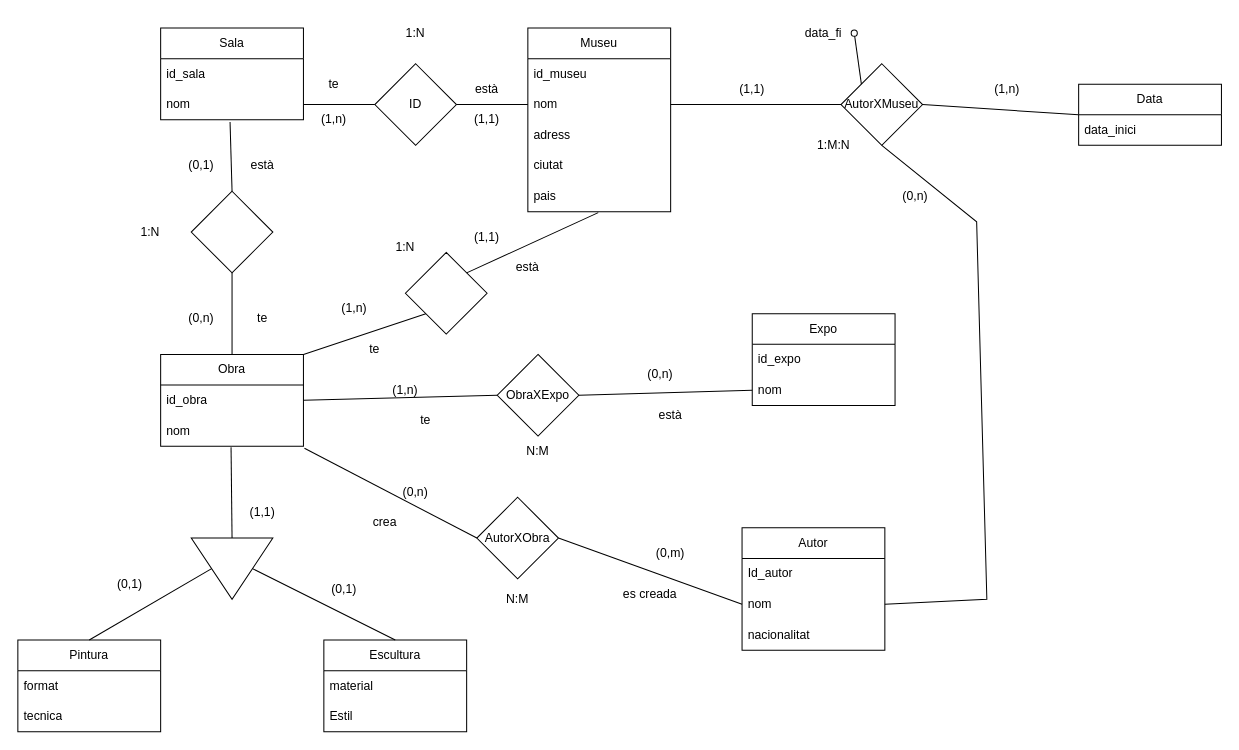
Gerardsr22/M2-def keeps this draw.io diagram as 6_museus/6_museus.drawio. Above is the earlier version. Source tidied: cells renumbered, new cells numbered last; positions are measured from the earlier drawing's top-left corner, leaving out a move shared by most shapes. Both pictures are drawn from the tidied source at 102%, with x=0, y=0 at pixel (17, 17).
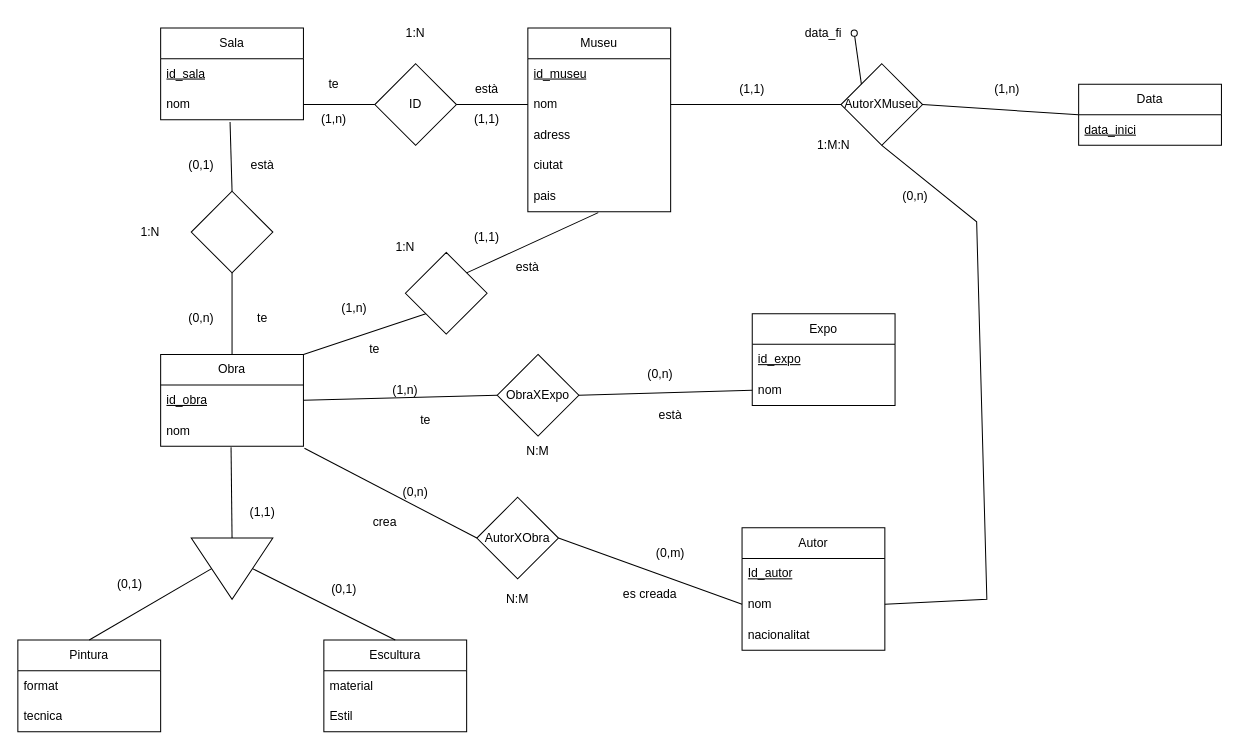
The same diagram, later.

The change refers to these unchanged cells:
```xml
<mxCell id="2" value="Museu" style="swimlane;fontStyle=0;horizontal=1;startSize=30;whiteSpace=wrap;html=1;" parent="1" vertex="1">
  <mxGeometry x="500" y="10" width="140" height="180" as="geometry" />
</mxCell>
<mxCell id="8" value="Sala" style="swimlane;fontStyle=0;horizontal=1;startSize=30;whiteSpace=wrap;html=1;" parent="1" vertex="1">
  <mxGeometry x="140" y="10" width="140" height="90" as="geometry" />
</mxCell>
<mxCell id="11" value="Obra" style="swimlane;fontStyle=0;horizontal=1;startSize=30;whiteSpace=wrap;html=1;" parent="1" vertex="1">
  <mxGeometry x="140" y="330" width="140" height="90" as="geometry" />
</mxCell>
<mxCell id="21" value="Expo" style="swimlane;fontStyle=0;horizontal=1;startSize=30;whiteSpace=wrap;html=1;" parent="1" vertex="1">
  <mxGeometry x="720" y="290" width="140" height="90" as="geometry" />
</mxCell>
<mxCell id="24" value="Autor" style="swimlane;fontStyle=0;horizontal=1;startSize=30;whiteSpace=wrap;html=1;" parent="1" vertex="1">
  <mxGeometry x="710" y="500" width="140" height="120" as="geometry" />
</mxCell>
<mxCell id="28" value="Data" style="swimlane;fontStyle=0;horizontal=1;startSize=30;whiteSpace=wrap;html=1;" parent="1" vertex="1">
  <mxGeometry x="1040" y="65" width="140" height="60" as="geometry" />
</mxCell>
```

The edit, as a diff of the source:
```diff
@@
-    <mxCell id="3" value="id_museu" style="text;strokeColor=none;fillColor=none;align=left;verticalAlign=middle;spacingLeft=4;spacingRight=4;overflow=hidden;whiteSpace=wrap;html=1;" parent="2" vertex="1">
+    <mxCell id="3" value="id_museu" style="text;strokeColor=none;fillColor=none;align=left;verticalAlign=middle;spacingLeft=4;spacingRight=4;overflow=hidden;whiteSpace=wrap;html=1;fontStyle=4;" parent="2" vertex="1">
       <mxGeometry y="30" width="140" height="30" as="geometry" />
     </mxCell>
@@
-    <mxCell id="9" value="id_sala" style="text;strokeColor=none;fillColor=none;align=left;verticalAlign=middle;spacingLeft=4;spacingRight=4;overflow=hidden;whiteSpace=wrap;html=1;" parent="8" vertex="1">
+    <mxCell id="9" value="id_sala" style="text;strokeColor=none;fillColor=none;align=left;verticalAlign=middle;spacingLeft=4;spacingRight=4;overflow=hidden;whiteSpace=wrap;html=1;fontStyle=4;" parent="8" vertex="1">
       <mxGeometry y="30" width="140" height="30" as="geometry" />
     </mxCell>
@@
-    <mxCell id="12" value="id_obra" style="text;strokeColor=none;fillColor=none;align=left;verticalAlign=middle;spacingLeft=4;spacingRight=4;overflow=hidden;points=[[0,0.5],[1,0.5]];portConstraint=eastwest;whiteSpace=wrap;html=1;" parent="11" vertex="1">
+    <mxCell id="12" value="id_obra" style="text;strokeColor=none;fillColor=none;align=left;verticalAlign=middle;spacingLeft=4;spacingRight=4;overflow=hidden;points=[[0,0.5],[1,0.5]];portConstraint=eastwest;whiteSpace=wrap;html=1;fontStyle=4;" parent="11" vertex="1">
       <mxGeometry y="30" width="140" height="30" as="geometry" />
     </mxCell>
@@
-    <mxCell id="22" value="id_expo" style="text;strokeColor=none;fillColor=none;align=left;verticalAlign=middle;spacingLeft=4;spacingRight=4;overflow=hidden;whiteSpace=wrap;html=1;" parent="21" vertex="1">
+    <mxCell id="22" value="id_expo" style="text;strokeColor=none;fillColor=none;align=left;verticalAlign=middle;spacingLeft=4;spacingRight=4;overflow=hidden;whiteSpace=wrap;html=1;fontStyle=4;" parent="21" vertex="1">
       <mxGeometry y="30" width="140" height="30" as="geometry" />
     </mxCell>
@@
-    <mxCell id="25" value="Id_autor" style="text;strokeColor=none;fillColor=none;align=left;verticalAlign=middle;spacingLeft=4;spacingRight=4;overflow=hidden;whiteSpace=wrap;html=1;" parent="24" vertex="1">
+    <mxCell id="25" value="Id_autor" style="text;strokeColor=none;fillColor=none;align=left;verticalAlign=middle;spacingLeft=4;spacingRight=4;overflow=hidden;whiteSpace=wrap;html=1;fontStyle=4;" parent="24" vertex="1">
       <mxGeometry y="30" width="140" height="30" as="geometry" />
     </mxCell>
@@
-    <mxCell id="29" value="data_inici" style="text;strokeColor=none;fillColor=none;align=left;verticalAlign=middle;spacingLeft=4;spacingRight=4;overflow=hidden;whiteSpace=wrap;html=1;" parent="28" vertex="1">
+    <mxCell id="29" value="data_inici" style="text;strokeColor=none;fillColor=none;align=left;verticalAlign=middle;spacingLeft=4;spacingRight=4;overflow=hidden;whiteSpace=wrap;html=1;fontStyle=4;" parent="28" vertex="1">
       <mxGeometry y="30" width="140" height="30" as="geometry" />
     </mxCell>
```
